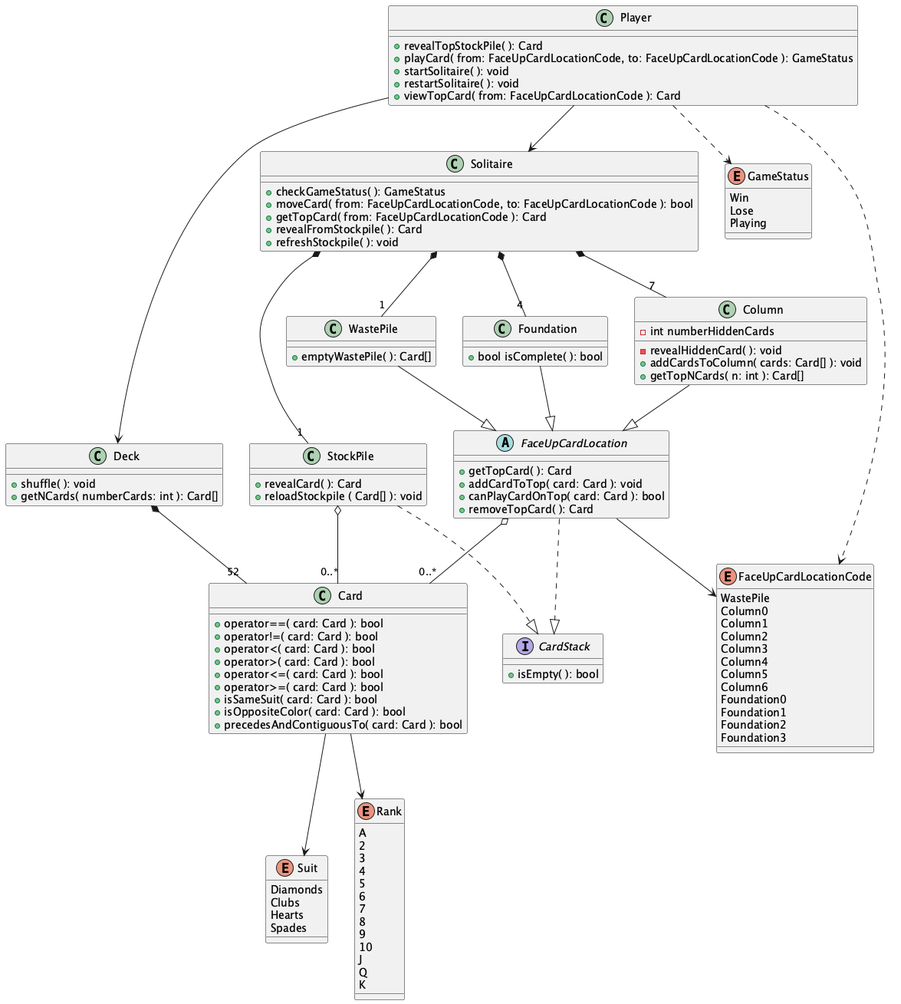
Earlier version of the PlantUML export docs/class_diagram.png (CamilaAlvarez/Solitaire-X11).
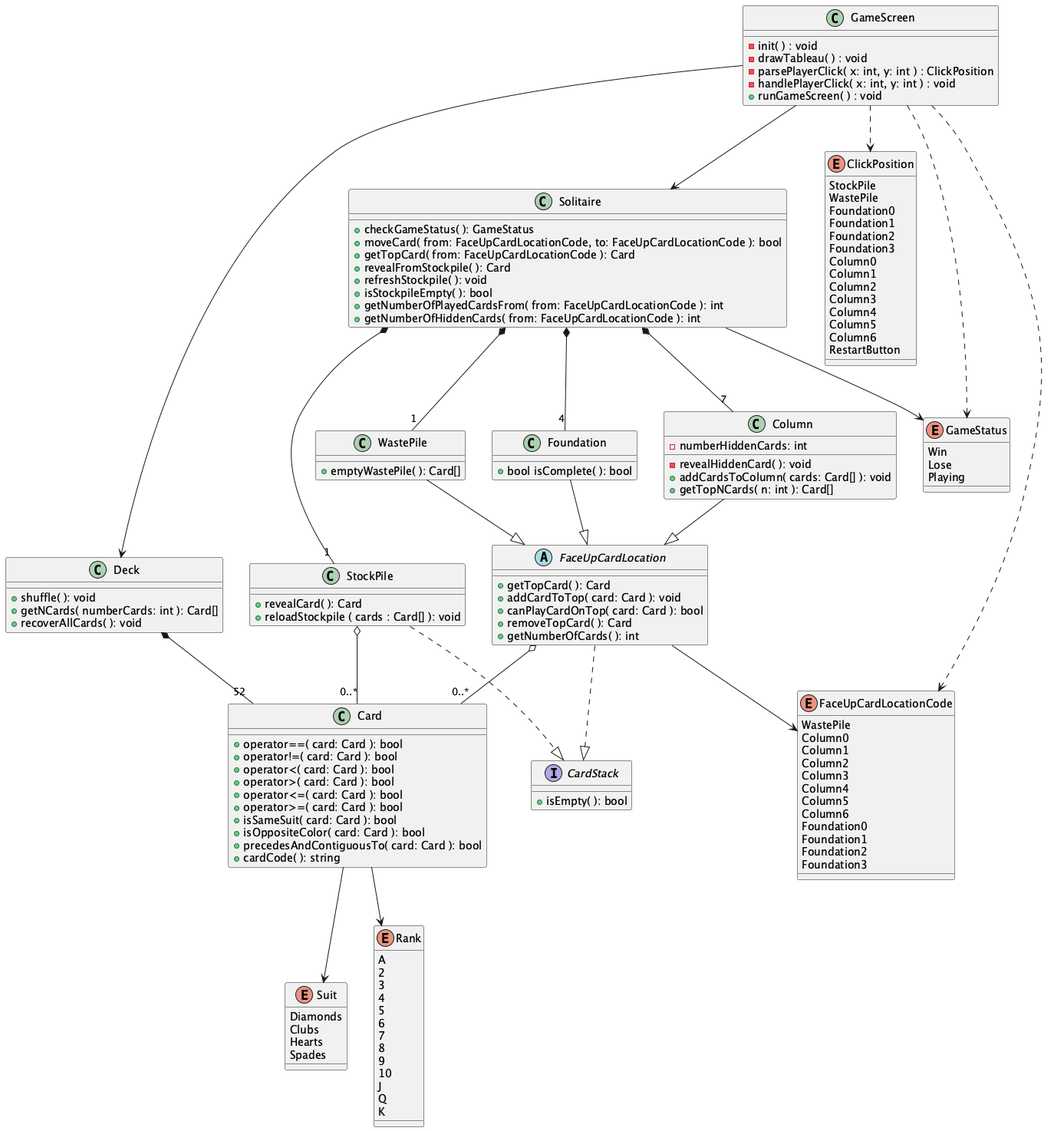
After the change.

Commit message:
Solitaire: Get cards from columns

Change to the diagram source:
```diff
@@ -5,20 +5,16 @@
 	+ addCardToTop( card: Card ): void
 	+ canPlayCardOnTop( card: Card ): bool
 	+ removeTopCard( ): Card
+	+ getNumberOfCards( ): int
 }
 interface CardStack {
 	+ isEmpty( ): bool
 }
-class Player {
-	+ revealTopStockPile( ): Card
-	+ playCard( from: FaceUpCardLocationCode, to: FaceUpCardLocationCode ): GameStatus
-	+ startSolitaire( ): void
-	+ restartSolitaire( ): void
-	+ viewTopCard( from: FaceUpCardLocationCode ): Card
-}
+
 class Deck {
 	+ shuffle( ): void
 	+ getNCards( numberCards: int ): Card[]
+	+ recoverAllCards( ): void
 }
 class Card {
 	+ operator==( card: Card ): bool
@@ -30,6 +26,7 @@
 	+ isSameSuit( card: Card ): bool
 	+ isOppositeColor( card: Card ): bool
 	+ precedesAndContiguousTo( card: Card ): bool
+	+ cardCode( ): string
 }
 class Solitaire {
 	+ checkGameStatus( ): GameStatus
@@ -37,10 +34,13 @@
 	+ getTopCard( from: FaceUpCardLocationCode ): Card
 	+ revealFromStockpile( ): Card
 	+ refreshStockpile( ): void
+	+ isStockpileEmpty( ): bool
+	+ getNumberOfPlayedCardsFrom( from: FaceUpCardLocationCode ): int
+	+ getNumberOfHiddenCards( from: FaceUpCardLocationCode ): int
 }
 class StockPile {
 	+ revealCard( ): Card
-	+ reloadStockpile ( Card[] ): void
+	+ reloadStockpile ( cards : Card[] ): void
 }
 class WastePile {
 	+ emptyWastePile( ): Card[]
@@ -49,16 +49,26 @@
 	+ bool isComplete( ): bool
 }
 class Column {
-	- int numberHiddenCards
+	- numberHiddenCards: int
 	- revealHiddenCard( ): void
 	+ addCardsToColumn( cards: Card[] ): void
 	+ getTopNCards( n: int ): Card[]
 }
+class GameScreen {
+	- init( ) : void
+	- drawTableau( ) : void
+	- parsePlayerClick( x: int, y: int ) : ClickPosition
+	- handlePlayerClick( x: int, y: int ) : void
+	+ runGameScreen( ) : void
+}
 
-Player --> Deck
-Player --> Solitaire
-Player ..> GameStatus
-Player ..> FaceUpCardLocationCode
+GameScreen ..> ClickPosition
+GameScreen --> Solitaire
+
+GameScreen --> Deck
+GameScreen ..> GameStatus
+Solitaire --> GameStatus
+GameScreen ..> FaceUpCardLocationCode
 
 Deck *-- "52" Card
 FaceUpCardLocation o-- "0..*" Card
@@ -80,6 +90,23 @@
 
 StockPile ..|> CardStack
 FaceUpCardLocation ..|> CardStack
+
+enum ClickPosition {
+	StockPile
+    WastePile
+    Foundation0
+    Foundation1
+    Foundation2
+    Foundation3
+    Column0
+    Column1
+    Column2
+    Column3
+    Column4
+    Column5
+    Column6
+    RestartButton
+}
 
 enum Suit {
 	Diamonds
```
